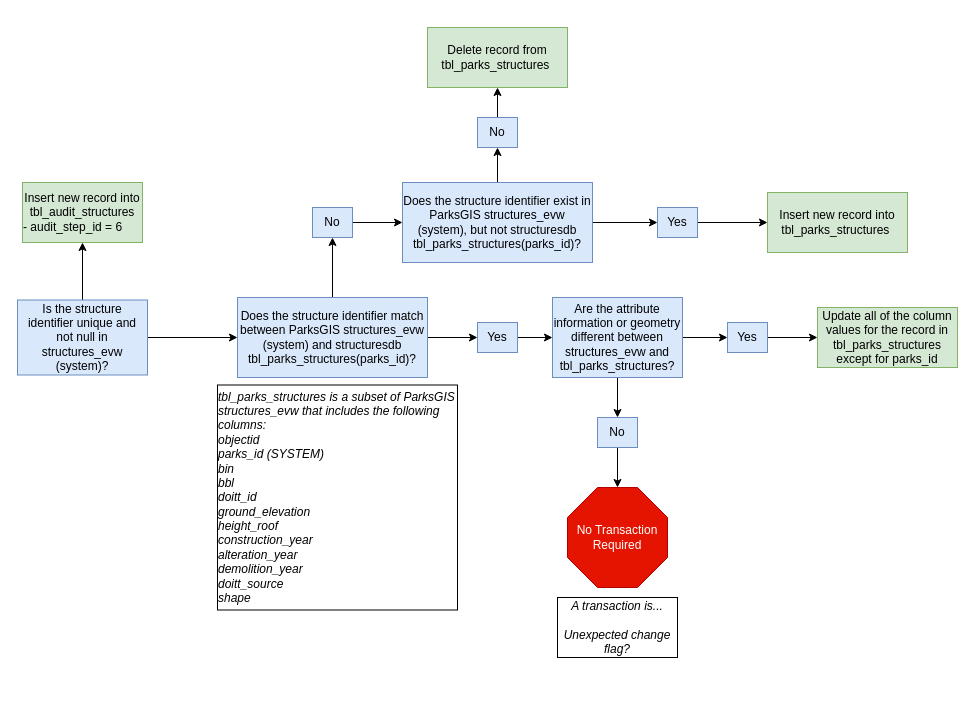
Above: sp_m_tbl_park_structures.drawio in NYCParks-data/Structures (draw.io), before the change. Source tidied: cells renumbered, new cells numbered last; positions are measured from the earlier drawing's top-left corner, leaving out a move shared by most shapes. Both pictures are drawn from the tidied source at 100%, with x=0, y=0 at pixel (17, 27).
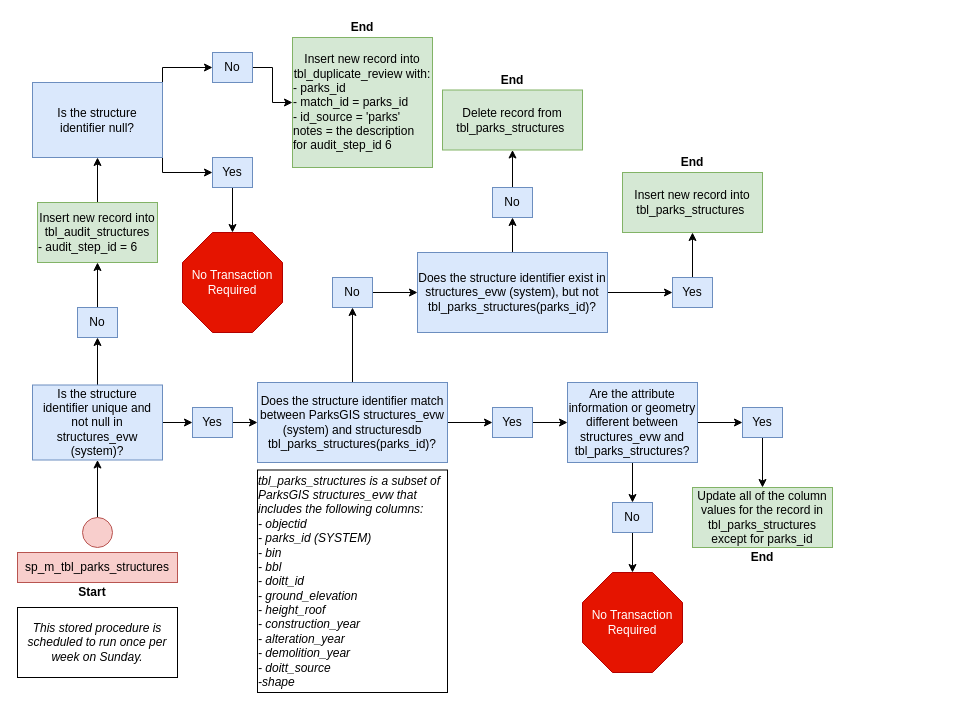
The same page after the edit.

Change to the diagram source:
```diff
@@
     <mxCell id="4" value="Does the structure identifier match between ParksGIS structures_evw (system) and structuresdb tbl_parks_structures(parks_id)?" style="rounded=0;whiteSpace=wrap;html=1;fillColor=#dae8fc;strokeColor=#6c8ebf;" parent="1" vertex="1">
-      <mxGeometry x="220" y="270" width="190" height="80" as="geometry" />
+      <mxGeometry x="240" y="355" width="190" height="80" as="geometry" />
     </mxCell>
@@
     <mxCell id="6" value="Yes" style="rounded=0;whiteSpace=wrap;html=1;fillColor=#dae8fc;strokeColor=#6c8ebf;" parent="1" vertex="1">
-      <mxGeometry x="460" y="295" width="40" height="30" as="geometry" />
+      <mxGeometry x="475" y="380" width="40" height="30" as="geometry" />
     </mxCell>
@@
     <mxCell id="8" value="No" style="rounded=0;whiteSpace=wrap;html=1;fillColor=#dae8fc;strokeColor=#6c8ebf;" parent="1" vertex="1">
-      <mxGeometry x="295" y="180" width="40" height="30" as="geometry" />
+      <mxGeometry x="315" y="250" width="40" height="30" as="geometry" />
     </mxCell>
@@
     <mxCell id="11" value="Are the attribute information or geometry different between structures_evw and tbl_parks_structures?" style="rounded=0;whiteSpace=wrap;html=1;fillColor=#dae8fc;strokeColor=#6c8ebf;" parent="1" vertex="1">
-      <mxGeometry x="535" y="270" width="130" height="80" as="geometry" />
+      <mxGeometry x="550" y="355" width="130" height="80" as="geometry" />
     </mxCell>
-    <mxCell id="12" style="edgeStyle=orthogonalEdgeStyle;rounded=0;jettySize=auto;html=1;exitX=1;exitY=0.5;exitDx=0;exitDy=0;entryX=0;entryY=0.5;entryDx=0;entryDy=0;" parent="1" edge="1" source="13" target="19">
+    <mxCell id="12" style="edgeStyle=orthogonalEdgeStyle;rounded=0;jettySize=auto;html=1;exitX=0.5;exitY=1;exitDx=0;exitDy=0;entryX=0.5;entryY=0;entryDx=0;entryDy=0;" parent="1" edge="1" source="13" target="19">
       <mxGeometry relative="1" as="geometry" />
     </mxCell>
     <mxCell id="13" value="Yes" style="rounded=0;whiteSpace=wrap;html=1;fillColor=#dae8fc;strokeColor=#6c8ebf;" parent="1" vertex="1">
-      <mxGeometry x="710" y="295" width="40" height="30" as="geometry" />
+      <mxGeometry x="725" y="380" width="40" height="30" as="geometry" />
     </mxCell>
@@
     <mxCell id="15" value="No" style="rounded=0;whiteSpace=wrap;html=1;fillColor=#dae8fc;strokeColor=#6c8ebf;" parent="1" vertex="1">
-      <mxGeometry x="580" y="390" width="40" height="30" as="geometry" />
+      <mxGeometry x="595" y="475" width="40" height="30" as="geometry" />
     </mxCell>
     <mxCell id="16" value="No Transaction Required" style="whiteSpace=wrap;html=1;shape=mxgraph.basic.octagon2;align=center;verticalAlign=middle;dx=15;fillColor=#e51400;strokeColor=#B20000;fontColor=#ffffff;" parent="1" vertex="1">
-      <mxGeometry x="550" y="460" width="100" height="100" as="geometry" />
+      <mxGeometry x="565" y="545" width="100" height="100" as="geometry" />
     </mxCell>
-    <mxCell id="17" value="&lt;div style=&quot;text-align: left&quot;&gt;&lt;i&gt;tbl_parks_structures is a subset of ParksGIS structures_evw that includes the following columns:&lt;/i&gt;&lt;/div&gt;&lt;div style=&quot;text-align: left&quot;&gt;&lt;i&gt;objectid&lt;/i&gt;&lt;/div&gt;&lt;i&gt;&lt;div style=&quot;text-align: left&quot;&gt;&lt;i&gt;parks_id (SYSTEM)&lt;/i&gt;&lt;/div&gt;&lt;div style=&quot;text-align: left&quot;&gt;&lt;i&gt;bin&lt;/i&gt;&lt;/div&gt;&lt;div style=&quot;text-align: left&quot;&gt;&lt;i&gt;bbl&lt;/i&gt;&lt;/div&gt;&lt;div style=&quot;text-align: left&quot;&gt;&lt;i&gt;doitt_id&lt;/i&gt;&lt;/div&gt;&lt;div style=&quot;text-align: left&quot;&gt;&lt;i&gt;ground_elevation&lt;/i&gt;&lt;/div&gt;&lt;div style=&quot;text-align: left&quot;&gt;&lt;i&gt;height_roof&lt;/i&gt;&lt;/div&gt;&lt;div style=&quot;text-align: left&quot;&gt;&lt;i&gt;construction_year&lt;/i&gt;&lt;/div&gt;&lt;div style=&quot;text-align: left&quot;&gt;&lt;i&gt;alteration_year&lt;/i&gt;&lt;/div&gt;&lt;div style=&quot;text-align: left&quot;&gt;&lt;i&gt;demolition_year&lt;/i&gt;&lt;/div&gt;&lt;div style=&quot;text-align: left&quot;&gt;&lt;i&gt;doitt_source&lt;/i&gt;&lt;/div&gt;&lt;div style=&quot;text-align: left&quot;&gt;&lt;i&gt;shape&lt;/i&gt;&lt;/div&gt;&lt;/i&gt;" style="rounded=0;whiteSpace=wrap;html=1;" parent="1" vertex="1">
-      <mxGeometry x="200" y="357.5" width="240" height="225" as="geometry" />
+    <mxCell id="17" value="&lt;div style=&quot;text-align: left&quot;&gt;&lt;i&gt;tbl_parks_structures is a subset of ParksGIS structures_evw that includes the following columns:&lt;/i&gt;&lt;/div&gt;&lt;div style=&quot;text-align: left&quot;&gt;&lt;i&gt;- objectid&lt;/i&gt;&lt;/div&gt;&lt;i&gt;&lt;div style=&quot;text-align: left&quot;&gt;&lt;i&gt;- parks_id (SYSTEM)&lt;/i&gt;&lt;/div&gt;&lt;div style=&quot;text-align: left&quot;&gt;&lt;i&gt;- bin&lt;/i&gt;&lt;/div&gt;&lt;div style=&quot;text-align: left&quot;&gt;&lt;i&gt;- bbl&lt;/i&gt;&lt;/div&gt;&lt;div style=&quot;text-align: left&quot;&gt;&lt;i&gt;- doitt_id&lt;/i&gt;&lt;/div&gt;&lt;div style=&quot;text-align: left&quot;&gt;&lt;i&gt;- ground_elevation&lt;/i&gt;&lt;/div&gt;&lt;div style=&quot;text-align: left&quot;&gt;&lt;i&gt;- height_roof&lt;/i&gt;&lt;/div&gt;&lt;div style=&quot;text-align: left&quot;&gt;&lt;i&gt;- construction_year&lt;/i&gt;&lt;/div&gt;&lt;div style=&quot;text-align: left&quot;&gt;&lt;i&gt;- alteration_year&lt;/i&gt;&lt;/div&gt;&lt;div style=&quot;text-align: left&quot;&gt;&lt;i&gt;- demolition_year&lt;/i&gt;&lt;/div&gt;&lt;div style=&quot;text-align: left&quot;&gt;&lt;i&gt;- doitt_source&lt;/i&gt;&lt;/div&gt;&lt;div style=&quot;text-align: left&quot;&gt;&lt;i&gt;-shape&lt;/i&gt;&lt;/div&gt;&lt;/i&gt;" style="rounded=0;whiteSpace=wrap;html=1;" parent="1" vertex="1">
+      <mxGeometry x="240" y="442.5" width="190" height="222.5" as="geometry" />
     </mxCell>
-    <mxCell id="18" value="A transaction is...&lt;br&gt;&lt;br&gt;Unexpected change flag?" style="rounded=0;whiteSpace=wrap;html=1;fontStyle=2;" parent="1" vertex="1">
-      <mxGeometry x="540" y="570" width="120" height="60" as="geometry" />
-    </mxCell>
     <mxCell id="19" value="Update all of the column values for the record in tbl_parks_structures except for parks_id" style="rounded=0;whiteSpace=wrap;html=1;fillColor=#d5e8d4;strokeColor=#82b366;" parent="1" vertex="1">
-      <mxGeometry x="800" y="280" width="140" height="60" as="geometry" />
+      <mxGeometry x="675" y="460" width="140" height="60" as="geometry" />
     </mxCell>
@@
-    <mxCell id="22" value="Does the structure identifier exist in ParksGIS structures_evw (system), but not structuresdb tbl_parks_structures(parks_id)?" style="rounded=0;whiteSpace=wrap;html=1;fillColor=#dae8fc;strokeColor=#6c8ebf;" parent="1" vertex="1">
-      <mxGeometry x="385" y="155" width="190" height="80" as="geometry" />
+    <mxCell id="22" value="Does the structure identifier exist in structures_evw (system), but not tbl_parks_structures(parks_id)?" style="rounded=0;whiteSpace=wrap;html=1;fillColor=#dae8fc;strokeColor=#6c8ebf;" parent="1" vertex="1">
+      <mxGeometry x="400" y="225" width="190" height="80" as="geometry" />
     </mxCell>
@@
     <mxCell id="24" value="No" style="rounded=0;whiteSpace=wrap;html=1;fillColor=#dae8fc;strokeColor=#6c8ebf;" parent="1" vertex="1">
-      <mxGeometry x="460" y="90" width="40" height="30" as="geometry" />
+      <mxGeometry x="475" y="160" width="40" height="30" as="geometry" />
     </mxCell>
     <mxCell id="25" value="Delete record from tbl_parks_structures&amp;nbsp;" style="rounded=0;whiteSpace=wrap;html=1;fillColor=#d5e8d4;strokeColor=#82b366;" parent="1" vertex="1">
-      <mxGeometry x="410" width="140" height="60" as="geometry" />
+      <mxGeometry x="425" y="62.5" width="140" height="60" as="geometry" />
     </mxCell>
     <mxCell id="26" value="Insert new record into tbl_parks_structures&amp;nbsp;" style="rounded=0;whiteSpace=wrap;html=1;fillColor=#d5e8d4;strokeColor=#82b366;" parent="1" vertex="1">
-      <mxGeometry x="750" y="165" width="140" height="60" as="geometry" />
+      <mxGeometry x="605" y="145" width="140" height="60" as="geometry" />
     </mxCell>
-    <mxCell id="27" style="edgeStyle=orthogonalEdgeStyle;rounded=0;jettySize=auto;html=1;exitX=1;exitY=0.5;exitDx=0;exitDy=0;entryX=0;entryY=0.5;entryDx=0;entryDy=0;" parent="1" edge="1" source="28" target="26">
+    <mxCell id="27" style="edgeStyle=orthogonalEdgeStyle;rounded=0;jettySize=auto;html=1;exitX=0.5;exitY=0;exitDx=0;exitDy=0;" parent="1" edge="1" source="28" target="26">
       <mxGeometry relative="1" as="geometry" />
     </mxCell>
     <mxCell id="28" value="Yes" style="rounded=0;whiteSpace=wrap;html=1;fillColor=#dae8fc;strokeColor=#6c8ebf;" parent="1" vertex="1">
-      <mxGeometry x="640" y="180" width="40" height="30" as="geometry" />
+      <mxGeometry x="655" y="250" width="40" height="30" as="geometry" />
     </mxCell>
-    <mxCell id="29" style="edgeStyle=orthogonalEdgeStyle;rounded=0;jettySize=auto;html=1;exitX=1;exitY=0.5;exitDx=0;exitDy=0;entryX=0;entryY=0.5;entryDx=0;entryDy=0;" parent="1" edge="1" source="31" target="4">
-      <mxGeometry relative="1" as="geometry" />
-    </mxCell>
-    <mxCell id="30" style="edgeStyle=orthogonalEdgeStyle;rounded=0;jettySize=auto;html=1;exitX=0.5;exitY=0;exitDx=0;exitDy=0;entryX=0.5;entryY=1;entryDx=0;entryDy=0;" parent="1" edge="1" source="31" target="32">
-      <mxGeometry relative="1" as="geometry" />
-    </mxCell>
+    <mxCell id="33" style="edgeStyle=orthogonalEdgeStyle;rounded=0;jettySize=auto;html=1;exitX=1;exitY=0.5;exitDx=0;exitDy=0;entryX=0;entryY=0.5;entryDx=0;entryDy=0;" parent="1" edge="1" source="31" target="37">
+      <mxGeometry relative="1" as="geometry" />
+    </mxCell>
+    <mxCell id="34" style="edgeStyle=orthogonalEdgeStyle;rounded=0;jettySize=auto;html=1;exitX=0.5;exitY=0;exitDx=0;exitDy=0;entryX=0.5;entryY=1;entryDx=0;entryDy=0;" parent="1" edge="1" source="31" target="39">
+      <mxGeometry relative="1" as="geometry" />
+    </mxCell>
     <mxCell id="31" value="Is the structure identifier unique and not null in structures_evw (system)?" style="rounded=0;whiteSpace=wrap;html=1;fillColor=#dae8fc;strokeColor=#6c8ebf;" parent="1" vertex="1">
-      <mxGeometry y="272.5" width="130" height="75" as="geometry" />
+      <mxGeometry x="15" y="357.5" width="130" height="75" as="geometry" />
     </mxCell>
+    <mxCell id="35" style="edgeStyle=orthogonalEdgeStyle;rounded=0;jettySize=auto;html=1;exitX=0.5;exitY=0;exitDx=0;exitDy=0;entryX=0.5;entryY=1;entryDx=0;entryDy=0;" parent="1" edge="1" source="32" target="42">
+      <mxGeometry relative="1" as="geometry" />
+    </mxCell>
     <mxCell id="32" value="Insert new record into tbl_audit_structures&lt;br&gt;&lt;div style=&quot;text-align: left&quot;&gt;&lt;span&gt;- audit_step_id = 6&lt;/span&gt;&lt;/div&gt;" style="rounded=0;whiteSpace=wrap;html=1;fillColor=#d5e8d4;strokeColor=#82b366;" parent="1" vertex="1">
-      <mxGeometry x="5" y="155" width="120" height="60" as="geometry" />
+      <mxGeometry x="20" y="175" width="120" height="60" as="geometry" />
     </mxCell>
+    <mxCell id="36" style="edgeStyle=orthogonalEdgeStyle;rounded=0;jettySize=auto;html=1;exitX=1;exitY=0.5;exitDx=0;exitDy=0;entryX=0;entryY=0.5;entryDx=0;entryDy=0;" parent="1" edge="1" source="37" target="4">
+      <mxGeometry relative="1" as="geometry" />
+    </mxCell>
+    <mxCell id="37" value="Yes" style="rounded=0;whiteSpace=wrap;html=1;fillColor=#dae8fc;strokeColor=#6c8ebf;" parent="1" vertex="1">
+      <mxGeometry x="175" y="380" width="40" height="30" as="geometry" />
+    </mxCell>
+    <mxCell id="38" style="edgeStyle=orthogonalEdgeStyle;rounded=0;jettySize=auto;html=1;exitX=0.5;exitY=0;exitDx=0;exitDy=0;entryX=0.5;entryY=1;entryDx=0;entryDy=0;" parent="1" edge="1" source="39" target="32">
+      <mxGeometry relative="1" as="geometry" />
+    </mxCell>
+    <mxCell id="39" value="No" style="rounded=0;whiteSpace=wrap;html=1;fillColor=#dae8fc;strokeColor=#6c8ebf;" parent="1" vertex="1">
+      <mxGeometry x="60" y="280" width="40" height="30" as="geometry" />
+    </mxCell>
+    <mxCell id="40" style="edgeStyle=orthogonalEdgeStyle;rounded=0;jettySize=auto;html=1;exitX=1;exitY=1;exitDx=0;exitDy=0;entryX=0;entryY=0.5;entryDx=0;entryDy=0;" parent="1" edge="1" source="42" target="46">
+      <mxGeometry relative="1" as="geometry">
+        <Array as="points">
+          <mxPoint x="145" y="145" />
+        </Array>
+      </mxGeometry>
+    </mxCell>
+    <mxCell id="41" style="edgeStyle=orthogonalEdgeStyle;rounded=0;jettySize=auto;html=1;exitX=1;exitY=0;exitDx=0;exitDy=0;entryX=0;entryY=0.5;entryDx=0;entryDy=0;" parent="1" edge="1" source="42" target="44">
+      <mxGeometry relative="1" as="geometry">
+        <Array as="points">
+          <mxPoint x="145" y="40" />
+        </Array>
+      </mxGeometry>
+    </mxCell>
+    <mxCell id="42" value="Is the structure identifier null?" style="rounded=0;whiteSpace=wrap;html=1;fillColor=#dae8fc;strokeColor=#6c8ebf;" parent="1" vertex="1">
+      <mxGeometry x="15" y="55" width="130" height="75" as="geometry" />
+    </mxCell>
+    <mxCell id="43" style="edgeStyle=orthogonalEdgeStyle;rounded=0;jettySize=auto;html=1;exitX=1;exitY=0.5;exitDx=0;exitDy=0;entryX=0;entryY=0.5;entryDx=0;entryDy=0;" parent="1" edge="1" source="44" target="48">
+      <mxGeometry relative="1" as="geometry" />
+    </mxCell>
+    <mxCell id="44" value="No" style="rounded=0;whiteSpace=wrap;html=1;fillColor=#dae8fc;strokeColor=#6c8ebf;" parent="1" vertex="1">
+      <mxGeometry x="195" y="25" width="40" height="30" as="geometry" />
+    </mxCell>
+    <mxCell id="45" style="edgeStyle=orthogonalEdgeStyle;rounded=0;jettySize=auto;html=1;exitX=0.5;exitY=1;exitDx=0;exitDy=0;entryX=0.5;entryY=0;entryDx=0;entryDy=0;entryPerimeter=0;" parent="1" edge="1" source="46" target="47">
+      <mxGeometry relative="1" as="geometry" />
+    </mxCell>
+    <mxCell id="46" value="Yes" style="rounded=0;whiteSpace=wrap;html=1;fillColor=#dae8fc;strokeColor=#6c8ebf;" parent="1" vertex="1">
+      <mxGeometry x="195" y="130" width="40" height="30" as="geometry" />
+    </mxCell>
+    <mxCell id="47" value="No Transaction Required" style="whiteSpace=wrap;html=1;shape=mxgraph.basic.octagon2;align=center;verticalAlign=middle;dx=15;fillColor=#e51400;strokeColor=#B20000;fontColor=#ffffff;" parent="1" vertex="1">
+      <mxGeometry x="165" y="205" width="100" height="100" as="geometry" />
+    </mxCell>
+    <mxCell id="48" value="Insert new record into tbl_duplicate_review with:&lt;br&gt;&lt;div style=&quot;text-align: left&quot;&gt;&lt;span&gt;- parks_id&lt;/span&gt;&lt;/div&gt;&lt;div style=&quot;text-align: left&quot;&gt;&lt;span&gt;- match_id = parks_id&lt;/span&gt;&lt;/div&gt;&lt;div style=&quot;text-align: left&quot;&gt;&lt;span&gt;- id_source = 'parks'&lt;/span&gt;&lt;/div&gt;&lt;div style=&quot;text-align: left&quot;&gt;&lt;span&gt;notes = the description for audit_step_id 6&lt;/span&gt;&lt;/div&gt;" style="rounded=0;whiteSpace=wrap;html=1;fillColor=#d5e8d4;strokeColor=#82b366;" parent="1" vertex="1">
+      <mxGeometry x="275" y="10" width="140" height="130" as="geometry" />
+    </mxCell>
+    <mxCell id="49" style="edgeStyle=orthogonalEdgeStyle;rounded=0;jettySize=auto;html=1;exitX=0.5;exitY=0;exitDx=0;exitDy=0;entryX=0.5;entryY=1;entryDx=0;entryDy=0;" parent="1" edge="1" source="50" target="31">
+      <mxGeometry relative="1" as="geometry" />
+    </mxCell>
+    <mxCell id="50" style="ellipse;whiteSpace=wrap;html=1;fillColor=#f8cecc;strokeColor=#b85450;" parent="1" vertex="1">
+      <mxGeometry x="65" y="490" width="30" height="30" as="geometry" />
+    </mxCell>
+    <mxCell id="51" value="sp_m_tbl_parks_structures" style="rounded=0;whiteSpace=wrap;html=1;fillColor=#f8cecc;strokeColor=#b85450;" parent="1" vertex="1">
+      <mxGeometry y="525" width="160" height="30" as="geometry" />
+    </mxCell>
+    <mxCell id="52" value="&lt;b&gt;Start&lt;/b&gt;" style="text;html=1;strokeColor=none;fillColor=none;align=center;verticalAlign=middle;whiteSpace=wrap;rounded=0;" parent="1" vertex="1">
+      <mxGeometry x="55" y="555" width="40" height="20" as="geometry" />
+    </mxCell>
+    <mxCell id="53" value="&lt;b&gt;End&lt;/b&gt;" style="text;html=1;strokeColor=none;fillColor=none;align=center;verticalAlign=middle;whiteSpace=wrap;rounded=0;" parent="1" vertex="1">
+      <mxGeometry x="725" y="520" width="40" height="20" as="geometry" />
+    </mxCell>
+    <mxCell id="54" value="&lt;b&gt;End&lt;/b&gt;" style="text;html=1;strokeColor=none;fillColor=none;align=center;verticalAlign=middle;whiteSpace=wrap;rounded=0;" parent="1" vertex="1">
+      <mxGeometry x="655" y="125" width="40" height="20" as="geometry" />
+    </mxCell>
+    <mxCell id="55" value="&lt;b&gt;End&lt;/b&gt;" style="text;html=1;strokeColor=none;fillColor=none;align=center;verticalAlign=middle;whiteSpace=wrap;rounded=0;" parent="1" vertex="1">
+      <mxGeometry x="475" y="42.5" width="40" height="20" as="geometry" />
+    </mxCell>
+    <mxCell id="56" value="&lt;b&gt;End&lt;/b&gt;" style="text;html=1;strokeColor=none;fillColor=none;align=center;verticalAlign=middle;whiteSpace=wrap;rounded=0;" parent="1" vertex="1">
+      <mxGeometry x="325" y="-10" width="40" height="20" as="geometry" />
+    </mxCell>
+    <mxCell id="57" value="&lt;div&gt;&lt;i&gt;This stored procedure is scheduled to run once per week on Sunday.&lt;/i&gt;&lt;/div&gt;" style="rounded=0;whiteSpace=wrap;html=1;align=center;" parent="1" vertex="1">
+      <mxGeometry y="580" width="160" height="70" as="geometry" />
+    </mxCell>
```
